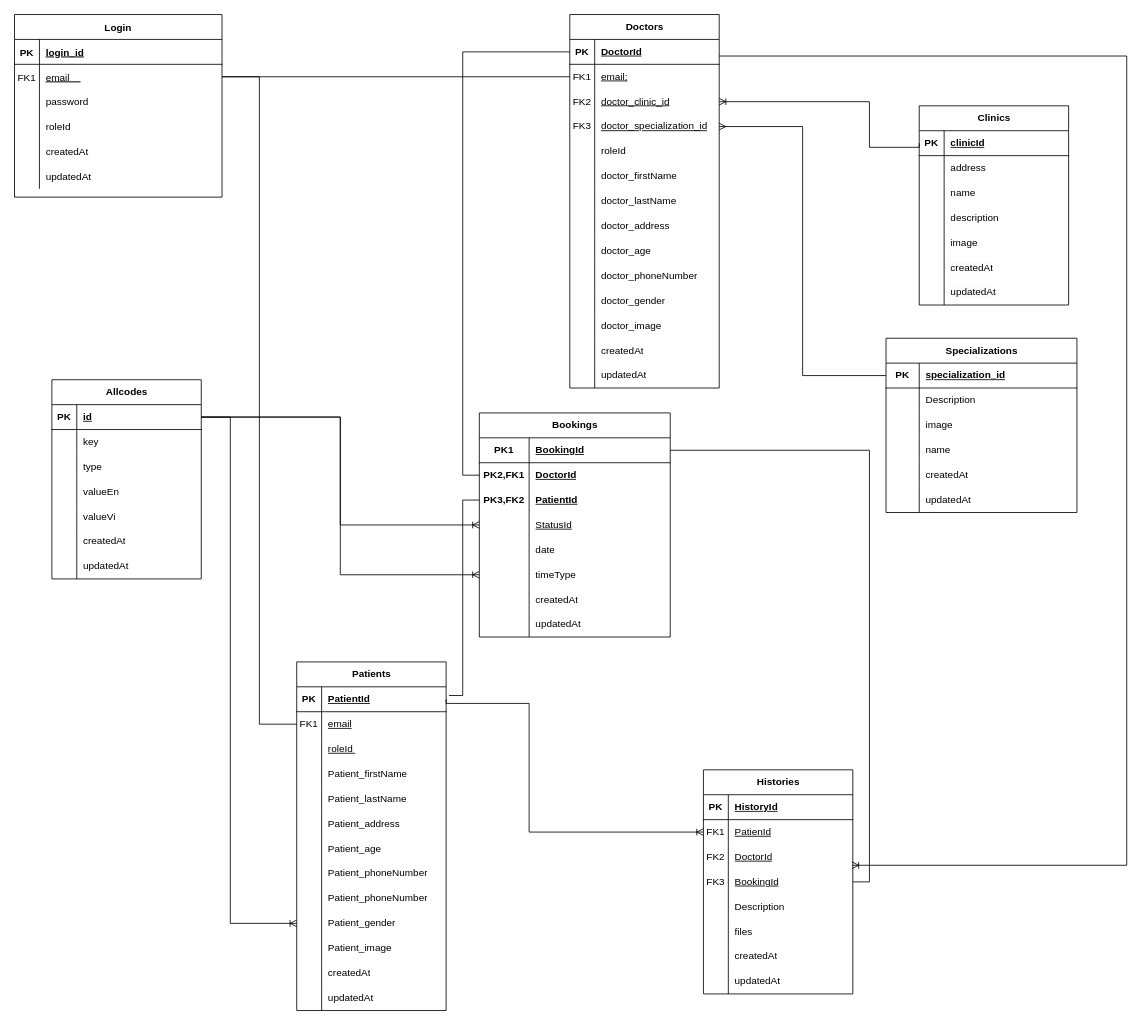
Kkrommm24/Project_SQLSERVER keeps this draw.io diagram as Qlypk.drawio. Above is the earlier version. Source tidied: cells renumbered, new cells numbered last; positions are measured from the earlier drawing's top-left corner, leaving out a move shared by most shapes. Both pictures are drawn from the tidied source at 83%, with x=0, y=0 at pixel (14, 14).
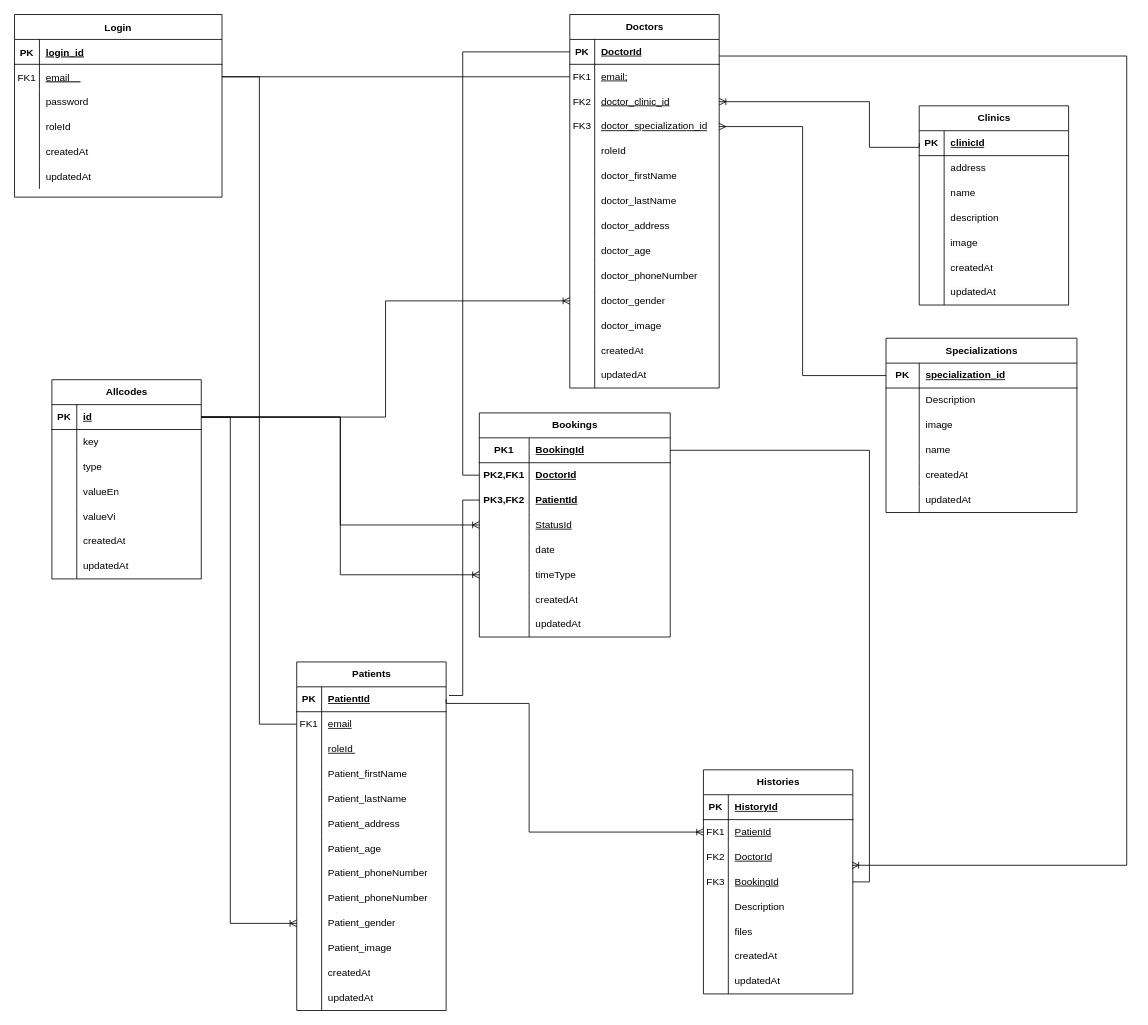
The same page after the edit.

The change refers to these unchanged cells:
```xml
<mxCell id="118" style="shape=tableRow;horizontal=0;startSize=0;swimlaneHead=0;swimlaneBody=0;fillColor=none;points=[[0,0.5],[1,0.5]];portConstraint=eastwest;top=0;left=0;right=0;bottom=0;" parent="87" vertex="1">
  <mxGeometry y="330" width="180" height="30" as="geometry" />
</mxCell>
<mxCell id="204" style="shape=tableRow;horizontal=0;startSize=0;swimlaneHead=0;swimlaneBody=0;fillColor=none;points=[[0,0.5],[1,0.5]];portConstraint=eastwest;top=0;left=0;right=0;bottom=1;" parent="203" vertex="1">
  <mxGeometry y="30" width="180" height="30" as="geometry" />
</mxCell>
```

Change to the diagram source:
```diff
@@
+    <mxCell id="230" style="edgeStyle=orthogonalEdgeStyle;rounded=0;jettySize=auto;html=1;exitX=1;exitY=0.5;exitDx=0;exitDy=0;entryX=0;entryY=0.5;entryDx=0;entryDy=0;endArrow=ERoneToMany;endFill=0;" parent="1" edge="1" source="204" target="118">
+      <mxGeometry relative="1" as="geometry" />
+    </mxCell>
```
